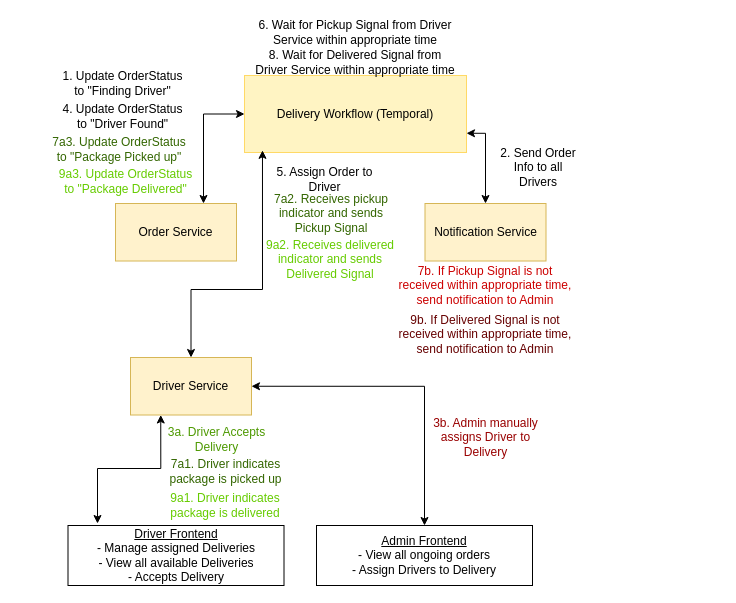
Earlier version of the draw.io diagram diagrams/ProcessDelivery.drawio (darkliyznyanlin910/esd-2425T2). Source tidied: cells renumbered, new cells numbered last; positions are measured from the earlier drawing's top-left corner, leaving out a move shared by most shapes. Both pictures are drawn from the tidied source at 100%, with x=0, y=0 at pixel (51, 17).
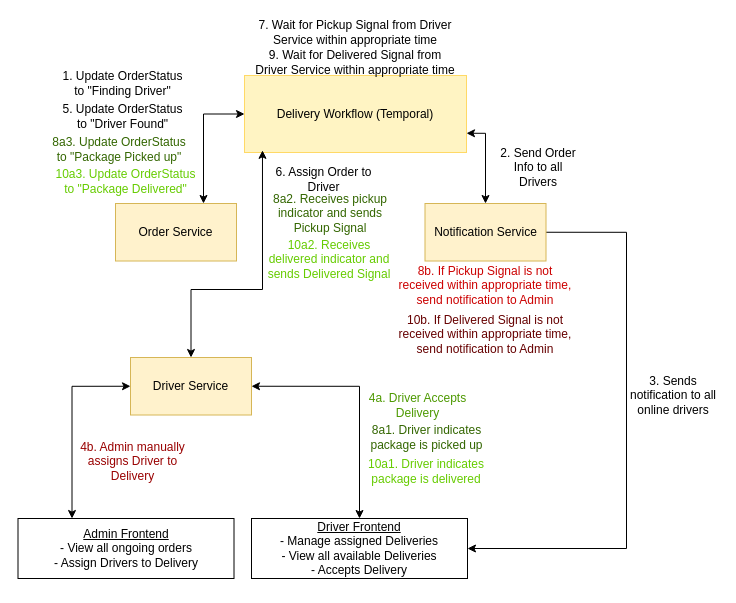
The same diagram, later.

The change refers to these unchanged cells:
```xml
<mxCell id="6" value="Driver Service" style="rounded=0;whiteSpace=wrap;html=1;fillColor=#fff2cc;strokeColor=#d6b656;" parent="1" vertex="1">
  <mxGeometry x="79" y="340" width="121" height="57.5" as="geometry" />
</mxCell>
<mxCell id="7" value="Notification Service" style="rounded=0;whiteSpace=wrap;html=1;fillColor=#fff2cc;strokeColor=#d6b656;" parent="1" vertex="1">
  <mxGeometry x="373.5" y="186" width="121" height="57.5" as="geometry" />
</mxCell>
```

Change to the diagram source:
```diff
@@
+    <mxCell id="29" style="edgeStyle=orthogonalEdgeStyle;rounded=0;jettySize=auto;html=1;exitX=0;exitY=0.5;exitDx=0;exitDy=0;entryX=0.25;entryY=0;entryDx=0;entryDy=0;startArrow=classic;startFill=1;" parent="1" edge="1" source="6" target="11">
+      <mxGeometry relative="1" as="geometry" />
+    </mxCell>
@@
+    <mxCell id="30" style="edgeStyle=orthogonalEdgeStyle;rounded=0;jettySize=auto;html=1;exitX=1;exitY=0.5;exitDx=0;exitDy=0;entryX=1;entryY=0.5;entryDx=0;entryDy=0;" parent="1" edge="1" source="7" target="15">
+      <mxGeometry relative="1" as="geometry">
+        <Array as="points">
+          <mxPoint x="575" y="215" />
+          <mxPoint x="575" y="531" />
+        </Array>
+      </mxGeometry>
+    </mxCell>
@@
-    <mxCell id="10" value="&lt;font style=&quot;color: rgb(77, 153, 0);&quot;&gt;3a. Driver Accepts Delivery&lt;/font&gt;" style="text;html=1;align=center;verticalAlign=middle;whiteSpace=wrap;rounded=0;" parent="1" vertex="1">
-      <mxGeometry x="113" y="407" width="105" height="30" as="geometry" />
+    <mxCell id="10" value="&lt;font style=&quot;color: rgb(77, 153, 0);&quot;&gt;4a. Driver Accepts Delivery&lt;/font&gt;" style="text;html=1;align=center;verticalAlign=middle;whiteSpace=wrap;rounded=0;" parent="1" vertex="1">
+      <mxGeometry x="314" y="373" width="105" height="30" as="geometry" />
     </mxCell>
     <mxCell id="11" value="&lt;u&gt;Admin Frontend&lt;/u&gt;&lt;div&gt;- View all ongoing orders&lt;br&gt;&lt;/div&gt;&lt;div&gt;- Assign Drivers to Delivery&lt;/div&gt;" style="rounded=0;whiteSpace=wrap;html=1;" parent="1" vertex="1">
-      <mxGeometry x="265" y="508" width="216" height="60" as="geometry" />
+      <mxGeometry x="-33.5" y="501" width="216" height="60" as="geometry" />
     </mxCell>
@@
-    <mxCell id="13" value="&lt;font style=&quot;color: rgb(153, 0, 0);&quot;&gt;3b. Admin manually assigns Driver to Delivery&lt;/font&gt;" style="text;html=1;align=center;verticalAlign=middle;whiteSpace=wrap;rounded=0;" parent="1" vertex="1">
-      <mxGeometry x="379.5" y="400" width="109" height="40" as="geometry" />
+    <mxCell id="13" value="&lt;font style=&quot;color: rgb(153, 0, 0);&quot;&gt;4b. Admin manually assigns Driver to Delivery&lt;/font&gt;" style="text;html=1;align=center;verticalAlign=middle;whiteSpace=wrap;rounded=0;" parent="1" vertex="1">
+      <mxGeometry x="27" y="424" width="109" height="40" as="geometry" />
     </mxCell>
-    <mxCell id="14" value="4. Update OrderStatus to &quot;Driver Found&quot;" style="text;html=1;align=center;verticalAlign=middle;whiteSpace=wrap;rounded=0;" parent="1" vertex="1">
+    <mxCell id="14" value="5. Update OrderStatus to &quot;Driver Found&quot;" style="text;html=1;align=center;verticalAlign=middle;whiteSpace=wrap;rounded=0;" parent="1" vertex="1">
       <mxGeometry x="4" y="83.5" width="135" height="30" as="geometry" />
     </mxCell>
+    <mxCell id="31" style="edgeStyle=orthogonalEdgeStyle;rounded=0;jettySize=auto;html=1;exitX=0.5;exitY=0;exitDx=0;exitDy=0;entryX=1;entryY=0.5;entryDx=0;entryDy=0;startArrow=classic;startFill=1;" parent="1" edge="1" source="15" target="6">
+      <mxGeometry relative="1" as="geometry" />
+    </mxCell>
     <mxCell id="15" value="&lt;u&gt;Driver Frontend&lt;/u&gt;&lt;div&gt;- Manage assigned Deliveries&lt;br&gt;&lt;/div&gt;&lt;div&gt;- View all available Deliveries&lt;/div&gt;&lt;div&gt;- Accepts Delivery&lt;/div&gt;" style="rounded=0;whiteSpace=wrap;html=1;" parent="1" vertex="1">
-      <mxGeometry x="16.5" y="508" width="216" height="60" as="geometry" />
+      <mxGeometry x="200" y="501" width="216" height="60" as="geometry" />
     </mxCell>
-    <mxCell id="16" value="5. Assign Order to Driver" style="text;html=1;align=center;verticalAlign=middle;whiteSpace=wrap;rounded=0;" parent="1" vertex="1">
-      <mxGeometry x="211" y="147" width="125" height="30" as="geometry" />
+    <mxCell id="16" value="6. Assign Order to Driver" style="text;html=1;align=center;verticalAlign=middle;whiteSpace=wrap;rounded=0;" parent="1" vertex="1">
+      <mxGeometry x="210" y="147" width="125" height="30" as="geometry" />
     </mxCell>
-    <mxCell id="17" value="6. Wait for Pickup Signal from Driver Service within appropriate time" style="text;html=1;align=center;verticalAlign=middle;whiteSpace=wrap;rounded=0;" parent="1" vertex="1">
+    <mxCell id="17" value="7. Wait for Pickup Signal from Driver Service within appropriate time" style="text;html=1;align=center;verticalAlign=middle;whiteSpace=wrap;rounded=0;" parent="1" vertex="1">
       <mxGeometry x="200" width="208" height="30" as="geometry" />
     </mxCell>
-    <mxCell id="18" value="&lt;font style=&quot;&quot;&gt;7b. If Pickup Signal is not received within appropriate time, send notification to Admin&lt;/font&gt;" style="text;html=1;align=center;verticalAlign=middle;whiteSpace=wrap;rounded=0;fontColor=#CC0000;" parent="1" vertex="1">
+    <mxCell id="18" value="&lt;font style=&quot;&quot;&gt;8b. If Pickup Signal is not received within appropriate time, send notification to Admin&lt;/font&gt;" style="text;html=1;align=center;verticalAlign=middle;whiteSpace=wrap;rounded=0;fontColor=#CC0000;" parent="1" vertex="1">
       <mxGeometry x="346" y="248" width="176" height="40" as="geometry" />
     </mxCell>
-    <mxCell id="19" value="&lt;font style=&quot;&quot;&gt;7a3. Update OrderStatus to &quot;Package Picked up&quot;&lt;/font&gt;" style="text;html=1;align=center;verticalAlign=middle;whiteSpace=wrap;rounded=0;fontColor=#336600;" parent="1" vertex="1">
+    <mxCell id="19" value="&lt;font style=&quot;&quot;&gt;8a3. Update OrderStatus to &quot;Package Picked up&quot;&lt;/font&gt;" style="text;html=1;align=center;verticalAlign=middle;whiteSpace=wrap;rounded=0;fontColor=#336600;" parent="1" vertex="1">
       <mxGeometry y="117" width="136" height="30" as="geometry" />
     </mxCell>
-    <mxCell id="20" value="8. Wait for Delivered Signal from Driver Service within appropriate time" style="text;html=1;align=center;verticalAlign=middle;whiteSpace=wrap;rounded=0;" parent="1" vertex="1">
+    <mxCell id="20" value="9. Wait for Delivered Signal from Driver Service within appropriate time" style="text;html=1;align=center;verticalAlign=middle;whiteSpace=wrap;rounded=0;" parent="1" vertex="1">
       <mxGeometry x="200" y="30" width="208" height="30" as="geometry" />
     </mxCell>
-    <mxCell id="21" value="&lt;font style=&quot;&quot;&gt;7a1. Driver indicates package is picked up&lt;/font&gt;" style="text;html=1;align=center;verticalAlign=middle;whiteSpace=wrap;rounded=0;fontColor=#336600;" parent="1" vertex="1">
-      <mxGeometry x="113" y="437" width="123" height="34" as="geometry" />
+    <mxCell id="21" value="&lt;font style=&quot;&quot;&gt;8a1. Driver indicates package is picked up&lt;/font&gt;" style="text;html=1;align=center;verticalAlign=middle;whiteSpace=wrap;rounded=0;fontColor=#336600;" parent="1" vertex="1">
+      <mxGeometry x="314" y="403" width="123" height="34" as="geometry" />
     </mxCell>
-    <mxCell id="22" value="&lt;font style=&quot;&quot;&gt;7a2. Receives pickup indicator and sends Pickup Signal&lt;/font&gt;" style="text;html=1;align=center;verticalAlign=middle;whiteSpace=wrap;rounded=0;fontColor=#336600;" parent="1" vertex="1">
-      <mxGeometry x="211" y="179" width="138" height="34" as="geometry" />
+    <mxCell id="22" value="&lt;font style=&quot;&quot;&gt;8a2. Receives pickup indicator and sends Pickup Signal&lt;/font&gt;" style="text;html=1;align=center;verticalAlign=middle;whiteSpace=wrap;rounded=0;fontColor=#336600;" parent="1" vertex="1">
+      <mxGeometry x="210" y="179" width="138" height="34" as="geometry" />
     </mxCell>
-    <mxCell id="23" value="&lt;font style=&quot;&quot;&gt;9a1. Driver indicates package is delivered&lt;/font&gt;" style="text;html=1;align=center;verticalAlign=middle;whiteSpace=wrap;rounded=0;fontColor=#66CC00;" parent="1" vertex="1">
-      <mxGeometry x="113" y="471" width="121.5" height="34" as="geometry" />
+    <mxCell id="23" value="&lt;font style=&quot;&quot;&gt;10a1. Driver indicates package is delivered&lt;/font&gt;" style="text;html=1;align=center;verticalAlign=middle;whiteSpace=wrap;rounded=0;fontColor=#66CC00;" parent="1" vertex="1">
+      <mxGeometry x="314" y="437" width="121.5" height="34" as="geometry" />
     </mxCell>
-    <mxCell id="24" value="&lt;font style=&quot;&quot;&gt;9a2. Receives delivered indicator and sends Delivered Signal&lt;/font&gt;" style="text;html=1;align=center;verticalAlign=middle;whiteSpace=wrap;rounded=0;fontColor=#66CC00;" parent="1" vertex="1">
-      <mxGeometry x="211" y="223" width="136" height="37" as="geometry" />
+    <mxCell id="24" value="&lt;font style=&quot;&quot;&gt;10a2. Receives delivered indicator and sends Delivered Signal&lt;/font&gt;" style="text;html=1;align=center;verticalAlign=middle;whiteSpace=wrap;rounded=0;fontColor=#66CC00;" parent="1" vertex="1">
+      <mxGeometry x="210" y="223" width="136" height="37" as="geometry" />
     </mxCell>
-    <mxCell id="25" value="&lt;font style=&quot;&quot;&gt;9a3. Update OrderStatus to &quot;Package Delivered&quot;&lt;/font&gt;" style="text;html=1;align=center;verticalAlign=middle;whiteSpace=wrap;rounded=0;fontColor=#66CC00;" parent="1" vertex="1">
+    <mxCell id="25" value="&lt;font style=&quot;&quot;&gt;10a3. Update OrderStatus to &quot;Package Delivered&quot;&lt;/font&gt;" style="text;html=1;align=center;verticalAlign=middle;whiteSpace=wrap;rounded=0;fontColor=#66CC00;" parent="1" vertex="1">
       <mxGeometry x="3" y="149" width="143" height="30" as="geometry" />
     </mxCell>
-    <mxCell id="26" value="&lt;font style=&quot;&quot;&gt;9b. If Delivered Signal is not received within appropriate time, send notification to Admin&lt;/font&gt;" style="text;html=1;align=center;verticalAlign=middle;whiteSpace=wrap;rounded=0;fontColor=#660000;" parent="1" vertex="1">
+    <mxCell id="26" value="&lt;font style=&quot;&quot;&gt;10b. If Delivered Signal is not received within appropriate time, send notification to Admin&lt;/font&gt;" style="text;html=1;align=center;verticalAlign=middle;whiteSpace=wrap;rounded=0;fontColor=#660000;" parent="1" vertex="1">
       <mxGeometry x="346" y="297" width="176" height="40" as="geometry" />
     </mxCell>
-    <mxCell id="27" style="endArrow=classic;startArrow=classic;html=1;rounded=0;edgeStyle=orthogonalEdgeStyle;entryX=0.25;entryY=1;entryDx=0;entryDy=0;" parent="1" edge="1" target="6">
-      <mxGeometry relative="1" as="geometry">
-        <mxPoint x="46" y="506" as="sourcePoint" />
-        <Array as="points">
-          <mxPoint x="46" y="506" />
-          <mxPoint x="46" y="451" />
-          <mxPoint x="109" y="451" />
-        </Array>
-      </mxGeometry>
-    </mxCell>
-    <mxCell id="28" style="endArrow=classic;startArrow=classic;html=1;rounded=0;edgeStyle=orthogonalEdgeStyle;entryX=1;entryY=0.5;entryDx=0;entryDy=0;exitX=0.5;exitY=0;exitDx=0;exitDy=0;" parent="1" edge="1" source="11" target="6">
-      <mxGeometry relative="1" as="geometry" />
-    </mxCell>
+    <mxCell id="32" value="3. Sends notification to all online drivers" style="text;html=1;align=center;verticalAlign=middle;whiteSpace=wrap;rounded=0;" parent="1" vertex="1">
+      <mxGeometry x="576" y="363" width="92" height="30" as="geometry" />
+    </mxCell>
```
